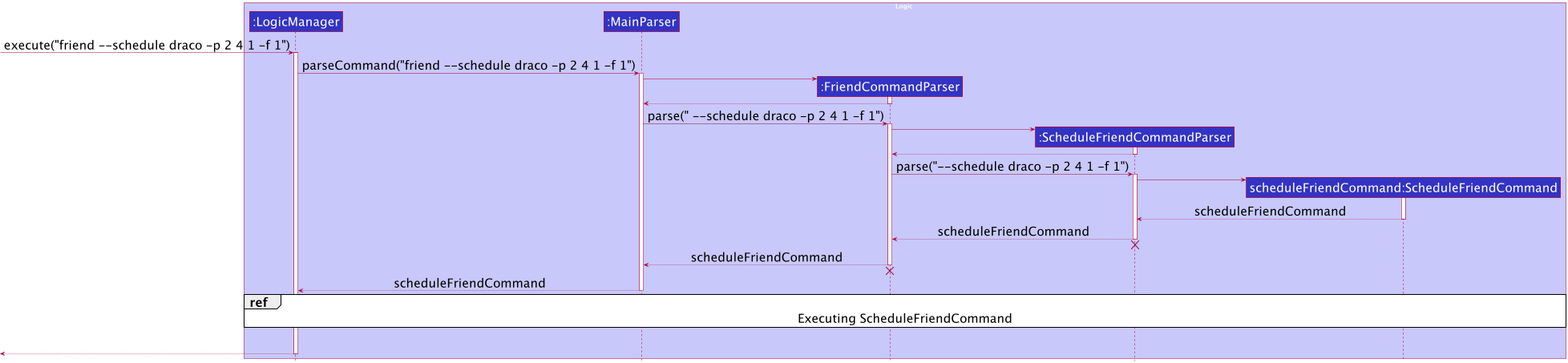
nus-cs2103-AY2122S1/tp keeps this PlantUML diagram as docs/images/ScheduleSequenceDiagram1.png. Above is the earlier version.
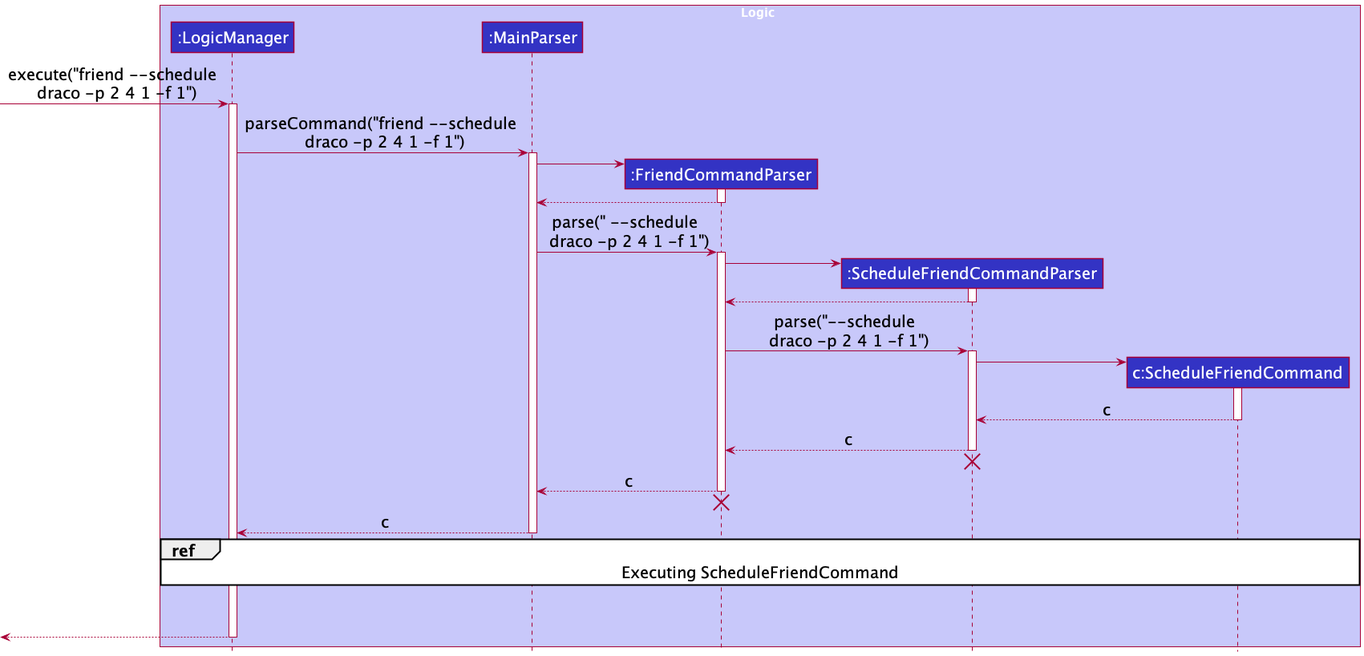
After the commit.

The edit, as a diff of the source:
```diff
@@ -1,19 +1,19 @@
 @startuml
 !include style.puml
-skinparam defaultFontSize 30
+skinparam defaultFontSize 20
 
 box Logic LOGIC_COLOR_T1
 participant ":LogicManager" as LogicManager LOGIC_COLOR
 participant ":MainParser" as MainParser LOGIC_COLOR
 participant ":FriendCommandParser" as FriendCommandParser LOGIC_COLOR
 participant ":ScheduleFriendCommandParser" as ScheduleFriendCommandParser LOGIC_COLOR
-participant "scheduleFriendCommand:ScheduleFriendCommand" as ScheduleFriendCommand LOGIC_COLOR
+participant "c:ScheduleFriendCommand" as ScheduleFriendCommand LOGIC_COLOR
 end box
 
-[-> LogicManager : execute("friend --schedule draco -p 2 4 1 -f 1")
+[-> LogicManager : execute("friend --schedule \n draco -p 2 4 1 -f 1")
 activate LogicManager
 
-LogicManager -> MainParser : parseCommand("friend --schedule draco -p 2 4 1 -f 1")
+LogicManager -> MainParser : parseCommand("friend --schedule \n draco -p 2 4 1 -f 1")
 activate MainParser
 
 create FriendCommandParser
@@ -23,7 +23,7 @@
 FriendCommandParser --> MainParser
 deactivate FriendCommandParser
 
-MainParser -> FriendCommandParser : parse(" --schedule draco -p 2 4 1 -f 1")
+MainParser -> FriendCommandParser : parse(" --schedule \n draco -p 2 4 1 -f 1")
 activate FriendCommandParser
 
 create ScheduleFriendCommandParser
@@ -33,27 +33,27 @@
 ScheduleFriendCommandParser --> FriendCommandParser
 deactivate ScheduleFriendCommandParser
 
-FriendCommandParser -> ScheduleFriendCommandParser : parse("--schedule draco -p 2 4 1 -f 1")
+FriendCommandParser -> ScheduleFriendCommandParser : parse("--schedule \n draco -p 2 4 1 -f 1")
 activate ScheduleFriendCommandParser
 
 create ScheduleFriendCommand
 ScheduleFriendCommandParser -> ScheduleFriendCommand
 activate ScheduleFriendCommand
 
-ScheduleFriendCommand --> ScheduleFriendCommandParser : scheduleFriendCommand
+ScheduleFriendCommand --> ScheduleFriendCommandParser : c
 deactivate ScheduleFriendCommand
 
-ScheduleFriendCommandParser --> FriendCommandParser : scheduleFriendCommand
+ScheduleFriendCommandParser --> FriendCommandParser : c
 deactivate ScheduleFriendCommandParser
 ScheduleFriendCommandParser -[hidden]-> FriendCommandParser
 destroy ScheduleFriendCommandParser
 
-FriendCommandParser --> MainParser : scheduleFriendCommand
+FriendCommandParser --> MainParser : c
 deactivate FriendCommandParser
 FriendCommandParser -[hidden]-> MainParser
 destroy FriendCommandParser
 
-MainParser --> LogicManager : scheduleFriendCommand
+MainParser --> LogicManager : c
 deactivate MainParser
 
 ref over LogicManager, ScheduleFriendCommand: Executing ScheduleFriendCommand
```
